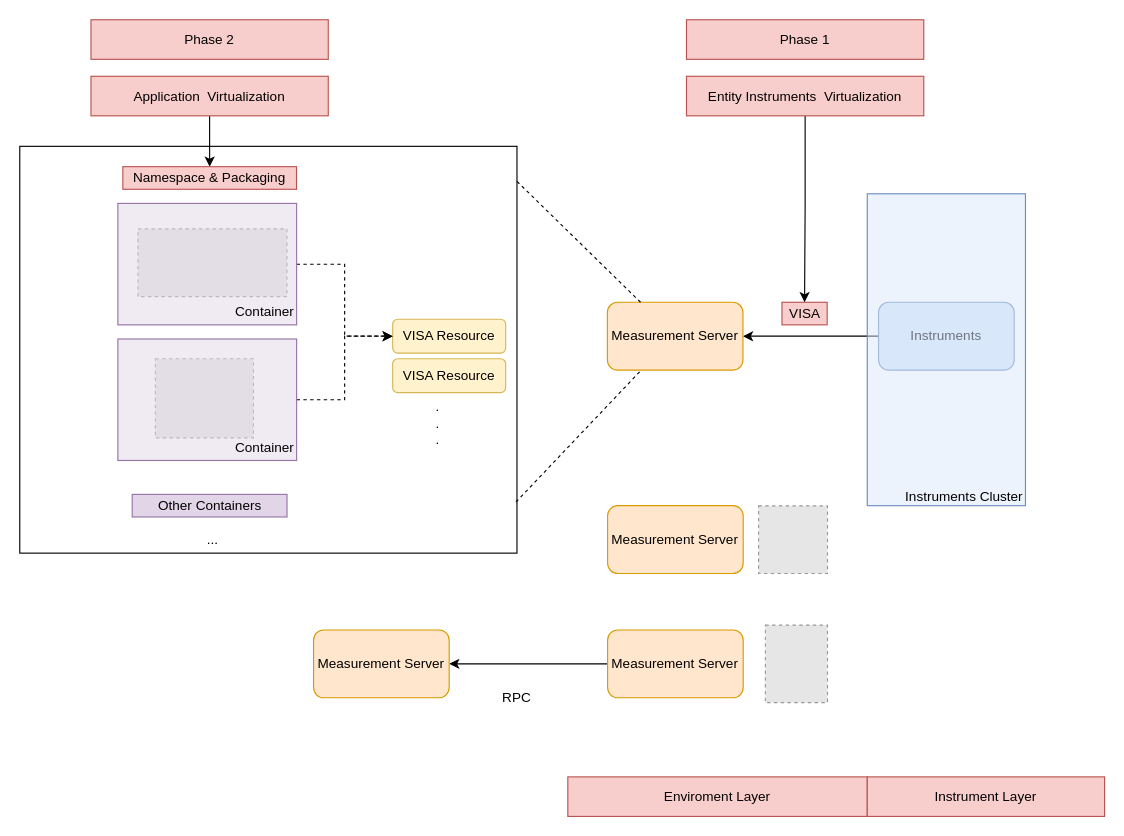
Before: page "Page-1" (1 of 2) of 20201217.drawio in vanguoo/Distributed-Measurement-System, a draw.io diagram. Source tidied: cells renumbered, new cells numbered last; positions are measured from the earlier drawing's top-left corner, leaving out a move shared by most shapes. Both pictures are drawn from the tidied source at 113%, with x=0, y=0 at pixel (19, 19). Pictures stored in the file or linked from it are replaced by grey dashed boxes.
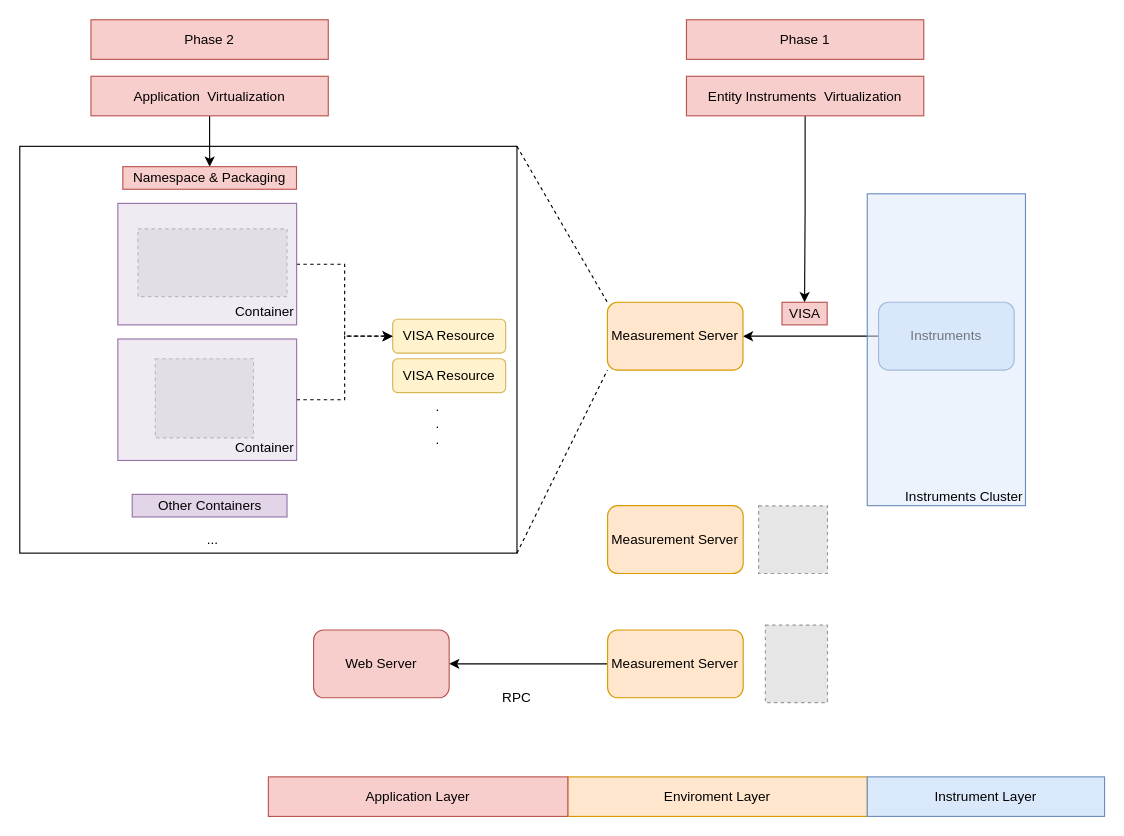
Above is the later version.

The change refers to these unchanged cells:
```xml
<mxCell id="4" value="Measurement Server" style="rounded=1;whiteSpace=wrap;html=1;fillColor=#ffe6cc;strokeColor=#d79b00;" parent="1" vertex="1">
  <mxGeometry x="520" y="250" width="120" height="60" as="geometry" />
</mxCell>
<mxCell id="17" style="rounded=0;whiteSpace=wrap;html=1;fillColor=none;align=left;" parent="1" vertex="1">
  <mxGeometry y="112" width="440" height="360" as="geometry" />
</mxCell>
```

Change to the diagram source:
```diff
@@
-    <mxCell id="6" style="endArrow=none;html=1;exitX=1;exitY=0.085;exitDx=0;exitDy=0;exitPerimeter=0;dashed=1;" parent="1" edge="1" target="4">
-      <mxGeometry relative="1" as="geometry">
-        <mxPoint x="440" y="143" as="sourcePoint" />
-      </mxGeometry>
+    <mxCell id="6" style="endArrow=none;html=1;exitX=1;exitY=0;exitDx=0;exitDy=0;dashed=1;entryX=0;entryY=0;entryDx=0;entryDy=0;" parent="1" edge="1" source="17" target="4">
+      <mxGeometry relative="1" as="geometry" />
     </mxCell>
-    <mxCell id="7" style="endArrow=none;html=1;exitX=0.998;exitY=0.945;exitDx=0;exitDy=0;exitPerimeter=0;entryX=0.25;entryY=1;entryDx=0;entryDy=0;dashed=1;" parent="1" edge="1" target="4">
-      <mxGeometry relative="1" as="geometry">
-        <mxPoint x="439.1" y="426.8" as="sourcePoint" />
-      </mxGeometry>
+    <mxCell id="7" style="endArrow=none;html=1;exitX=1;exitY=1;exitDx=0;exitDy=0;entryX=0;entryY=1;entryDx=0;entryDy=0;dashed=1;" parent="1" edge="1" source="17" target="4">
+      <mxGeometry relative="1" as="geometry" />
     </mxCell>
@@
-    <mxCell id="33" value="Enviroment Layer" style="text;html=1;strokeColor=#b85450;fillColor=#f8cecc;align=center;verticalAlign=middle;whiteSpace=wrap;rounded=0;" parent="1" vertex="1">
+    <mxCell id="33" value="Enviroment Layer" style="text;html=1;strokeColor=#d79b00;fillColor=#ffe6cc;align=center;verticalAlign=middle;whiteSpace=wrap;rounded=0;" parent="1" vertex="1">
       <mxGeometry x="485" y="670" width="265" height="35" as="geometry" />
     </mxCell>
-    <mxCell id="34" value="Instrument Layer" style="text;html=1;strokeColor=#b85450;fillColor=#f8cecc;align=center;verticalAlign=middle;whiteSpace=wrap;rounded=0;" parent="1" vertex="1">
+    <mxCell id="34" value="Instrument Layer" style="text;html=1;strokeColor=#6c8ebf;fillColor=#dae8fc;align=center;verticalAlign=middle;whiteSpace=wrap;rounded=0;" parent="1" vertex="1">
       <mxGeometry x="750" y="670" width="210" height="35" as="geometry" />
     </mxCell>
-    <mxCell id="35" value="Measurement Server" style="rounded=1;whiteSpace=wrap;html=1;fillColor=#ffe6cc;strokeColor=#d79b00;" parent="1" vertex="1">
+    <mxCell id="35" value="Web Server" style="rounded=1;whiteSpace=wrap;html=1;fillColor=#f8cecc;strokeColor=#b85450;" parent="1" vertex="1">
       <mxGeometry x="260" y="540" width="120" height="60" as="geometry" />
     </mxCell>
@@
+    <mxCell id="37" value="Application Layer" style="text;html=1;strokeColor=#b85450;fillColor=#f8cecc;align=center;verticalAlign=middle;whiteSpace=wrap;rounded=0;" parent="1" vertex="1">
+      <mxGeometry x="220" y="670" width="265" height="35" as="geometry" />
+    </mxCell>
```
